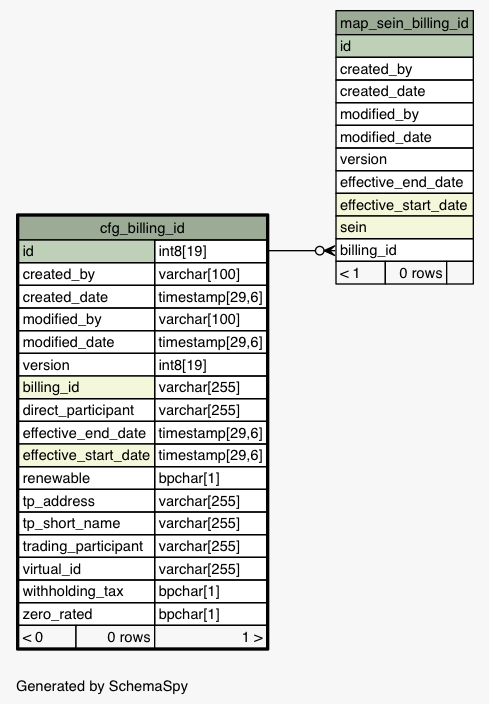
eyana-m/python-data-dictionary-writer keeps this Graphviz diagram as Data/settlement/diagrams/cfg_billing_id.1degree.png. Above is the earlier version. Its source is kept beside it as Data/settlement/diagrams/cfg_billing_id.1degree.dot.
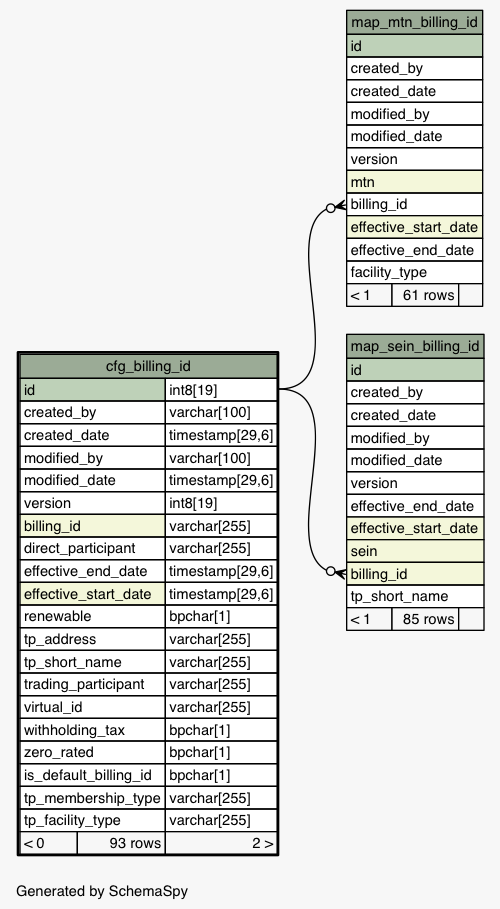
After the change.

The edit, as a diff of the source:
```diff
@@ -17,6 +17,7 @@
   edge [
     arrowsize="0.8"
   ];
+  "map_mtn_billing_id":"billing_id":w -> "cfg_billing_id":"id.type":e [arrowhead=none dir=back arrowtail=crowodot];
   "map_sein_billing_id":"billing_id":w -> "cfg_billing_id":"id.type":e [arrowhead=none dir=back arrowtail=crowodot];
   "cfg_billing_id" [
     label=<
@@ -39,10 +40,33 @@
       <TR><TD PORT="virtual_id" COLSPAN="2" ALIGN="LEFT">virtual_id</TD><TD PORT="virtual_id.type" ALIGN="LEFT">varchar[255]</TD></TR>
       <TR><TD PORT="withholding_tax" COLSPAN="2" ALIGN="LEFT">withholding_tax</TD><TD PORT="withholding_tax.type" ALIGN="LEFT">bpchar[1]</TD></TR>
       <TR><TD PORT="zero_rated" COLSPAN="2" ALIGN="LEFT">zero_rated</TD><TD PORT="zero_rated.type" ALIGN="LEFT">bpchar[1]</TD></TR>
-      <TR><TD ALIGN="LEFT" BGCOLOR="#f7f7f7">&lt; 0</TD><TD ALIGN="RIGHT" BGCOLOR="#f7f7f7">0 rows</TD><TD ALIGN="RIGHT" BGCOLOR="#f7f7f7">1 &gt;</TD></TR>
+      <TR><TD PORT="is_default_billing_id" COLSPAN="2" ALIGN="LEFT">is_default_billing_id</TD><TD PORT="is_default_billing_id.type" ALIGN="LEFT">bpchar[1]</TD></TR>
+      <TR><TD PORT="tp_membership_type" COLSPAN="2" ALIGN="LEFT">tp_membership_type</TD><TD PORT="tp_membership_type.type" ALIGN="LEFT">varchar[255]</TD></TR>
+      <TR><TD PORT="tp_facility_type" COLSPAN="2" ALIGN="LEFT">tp_facility_type</TD><TD PORT="tp_facility_type.type" ALIGN="LEFT">varchar[255]</TD></TR>
+      <TR><TD ALIGN="LEFT" BGCOLOR="#f7f7f7">&lt; 0</TD><TD ALIGN="RIGHT" BGCOLOR="#f7f7f7">93 rows</TD><TD ALIGN="RIGHT" BGCOLOR="#f7f7f7">2 &gt;</TD></TR>
     </TABLE>>
     URL="cfg_billing_id.html"
     tooltip="cfg_billing_id"
+  ];
+  "map_mtn_billing_id" [
+    label=<
+    <TABLE BORDER="0" CELLBORDER="1" CELLSPACING="0" BGCOLOR="#ffffff">
+      <TR><TD COLSPAN="3" BGCOLOR="#9bab96" ALIGN="CENTER">map_mtn_billing_id</TD></TR>
+      <TR><TD PORT="id" COLSPAN="3" BGCOLOR="#bed1b8" ALIGN="LEFT">id</TD></TR>
+      <TR><TD PORT="created_by" COLSPAN="3" ALIGN="LEFT">created_by</TD></TR>
+      <TR><TD PORT="created_date" COLSPAN="3" ALIGN="LEFT">created_date</TD></TR>
+      <TR><TD PORT="modified_by" COLSPAN="3" ALIGN="LEFT">modified_by</TD></TR>
+      <TR><TD PORT="modified_date" COLSPAN="3" ALIGN="LEFT">modified_date</TD></TR>
+      <TR><TD PORT="version" COLSPAN="3" ALIGN="LEFT">version</TD></TR>
+      <TR><TD PORT="mtn" COLSPAN="3" BGCOLOR="#f4f7da" ALIGN="LEFT">mtn</TD></TR>
+      <TR><TD PORT="billing_id" COLSPAN="3" ALIGN="LEFT">billing_id</TD></TR>
+      <TR><TD PORT="effective_start_date" COLSPAN="3" BGCOLOR="#f4f7da" ALIGN="LEFT">effective_start_date</TD></TR>
+      <TR><TD PORT="effective_end_date" COLSPAN="3" ALIGN="LEFT">effective_end_date</TD></TR>
+      <TR><TD PORT="facility_type" COLSPAN="3" ALIGN="LEFT">facility_type</TD></TR>
+      <TR><TD ALIGN="LEFT" BGCOLOR="#f7f7f7">&lt; 1</TD><TD ALIGN="RIGHT" BGCOLOR="#f7f7f7">61 rows</TD><TD ALIGN="RIGHT" BGCOLOR="#f7f7f7">  </TD></TR>
+    </TABLE>>
+    URL="map_mtn_billing_id.html"
+    tooltip="map_mtn_billing_id"
   ];
   "map_sein_billing_id" [
     label=<
@@ -57,8 +81,9 @@
       <TR><TD PORT="effective_end_date" COLSPAN="3" ALIGN="LEFT">effective_end_date</TD></TR>
       <TR><TD PORT="effective_start_date" COLSPAN="3" BGCOLOR="#f4f7da" ALIGN="LEFT">effective_start_date</TD></TR>
       <TR><TD PORT="sein" COLSPAN="3" BGCOLOR="#f4f7da" ALIGN="LEFT">sein</TD></TR>
-      <TR><TD PORT="billing_id" COLSPAN="3" ALIGN="LEFT">billing_id</TD></TR>
-      <TR><TD ALIGN="LEFT" BGCOLOR="#f7f7f7">&lt; 1</TD><TD ALIGN="RIGHT" BGCOLOR="#f7f7f7">0 rows</TD><TD ALIGN="RIGHT" BGCOLOR="#f7f7f7">  </TD></TR>
+      <TR><TD PORT="billing_id" COLSPAN="3" BGCOLOR="#f4f7da" ALIGN="LEFT">billing_id</TD></TR>
+      <TR><TD PORT="tp_short_name" COLSPAN="3" ALIGN="LEFT">tp_short_name</TD></TR>
+      <TR><TD ALIGN="LEFT" BGCOLOR="#f7f7f7">&lt; 1</TD><TD ALIGN="RIGHT" BGCOLOR="#f7f7f7">85 rows</TD><TD ALIGN="RIGHT" BGCOLOR="#f7f7f7">  </TD></TR>
     </TABLE>>
     URL="map_sein_billing_id.html"
     tooltip="map_sein_billing_id"
```
